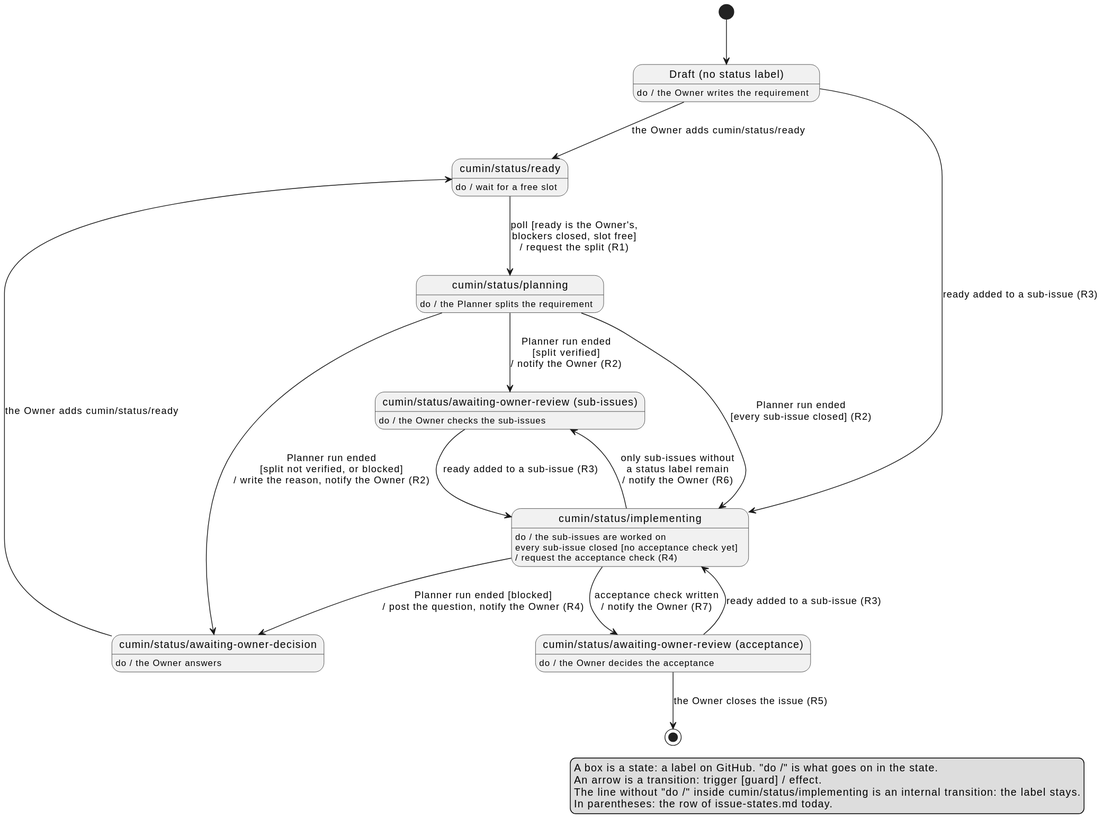
This is docs/ja/requirements/workflow/requirement-issue-states.svg from cloveclovedev/cumin-works, a PlantUML export, as it was before one commit.
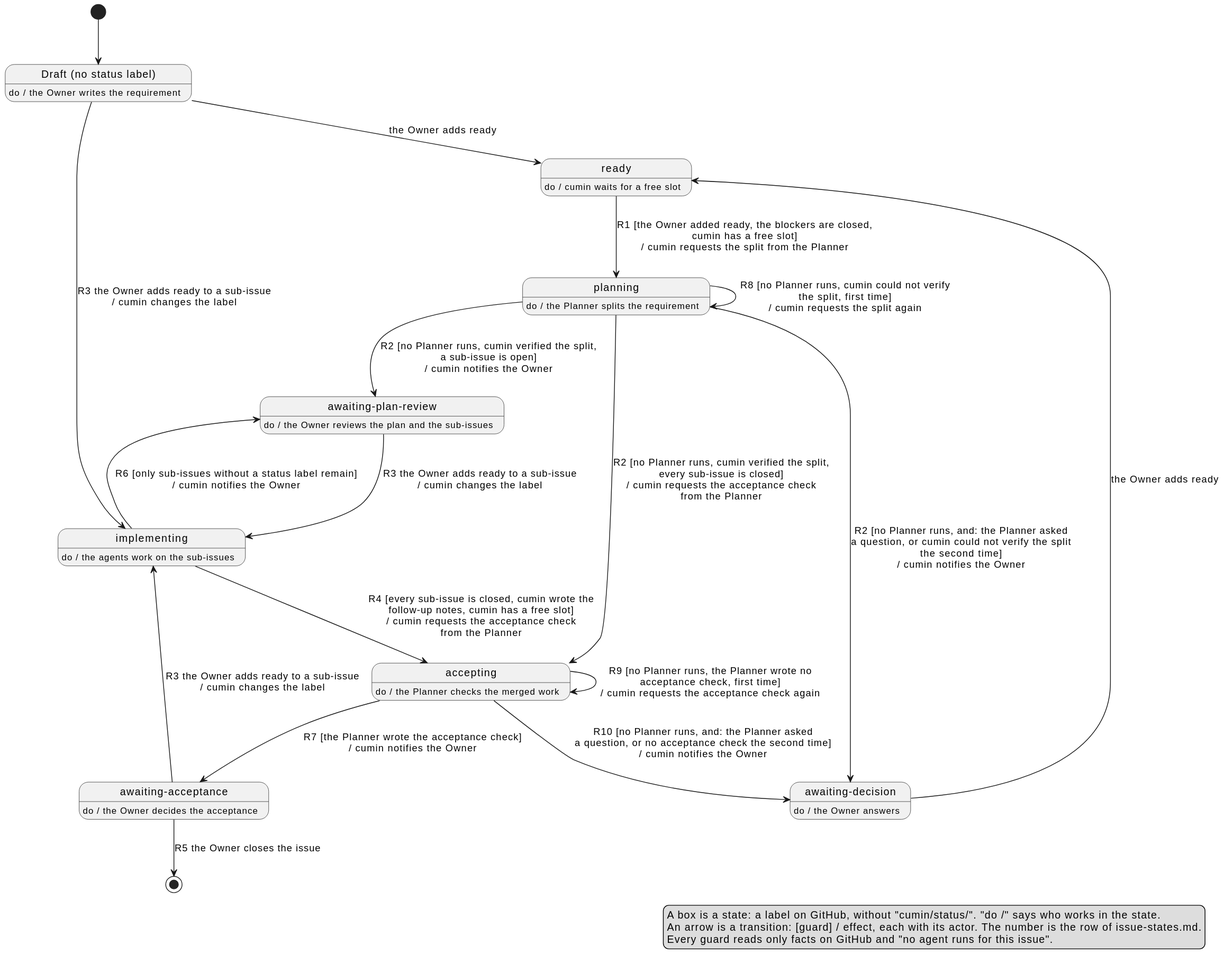
The same diagram one commit later.

Diff of the diagram source:
```diff
@@ -5,45 +5,48 @@
 state "Draft (no status label)" as Draft
 Draft : do / the Owner writes the requirement
 
-state "cumin/status/ready" as Ready
-Ready : do / wait for a free slot
+state "ready" as Ready
+Ready : do / cumin waits for a free slot
 
-state "cumin/status/planning" as Planning
+state "planning" as Planning
 Planning : do / the Planner splits the requirement
 
-state "cumin/status/awaiting-owner-review (sub-issues)" as PlanReview
-PlanReview : do / the Owner checks the sub-issues
+state "awaiting-plan-review" as PlanReview
+PlanReview : do / the Owner reviews the plan and the sub-issues
 
-state "cumin/status/implementing" as Implementing
-Implementing : do / the sub-issues are worked on
-Implementing : every sub-issue closed [no acceptance check yet]
-Implementing :   / request the acceptance check (R4)
+state "implementing" as Implementing
+Implementing : do / the agents work on the sub-issues
 
-state "cumin/status/awaiting-owner-review (acceptance)" as Acceptance
+state "accepting" as Accepting
+Accepting : do / the Planner checks the merged work
+
+state "awaiting-acceptance" as Acceptance
 Acceptance : do / the Owner decides the acceptance
 
-state "cumin/status/awaiting-owner-decision" as Decision
+state "awaiting-decision" as Decision
 Decision : do / the Owner answers
 
 [*] --> Draft
-Draft --> Ready : the Owner adds cumin/status/ready
-Draft --> Implementing : ready added to a sub-issue (R3)
-Ready --> Planning : poll [ready is the Owner's,\nblockers closed, slot free]\n/ request the split (R1)
-Planning --> PlanReview : Planner run ended\n[split verified]\n/ notify the Owner (R2)
-Planning --> Implementing : Planner run ended\n[every sub-issue closed] (R2)
-Planning --> Decision : Planner run ended\n[split not verified, or blocked]\n/ write the reason, notify the Owner (R2)
-PlanReview --> Implementing : ready added to a sub-issue (R3)
-Implementing --> Acceptance : acceptance check written\n/ notify the Owner (R7)
-Implementing --> Decision : Planner run ended [blocked]\n/ post the question, notify the Owner (R4)
-Implementing --> PlanReview : only sub-issues without\na status label remain\n/ notify the Owner (R6)
-Acceptance --> Implementing : ready added to a sub-issue (R3)
-Acceptance --> [*] : the Owner closes the issue (R5)
-Decision --> Ready : the Owner adds cumin/status/ready
+Draft --> Ready : the Owner adds ready
+Draft --> Implementing : R3 the Owner adds ready to a sub-issue\n/ cumin changes the label
+Ready --> Planning : R1 [the Owner added ready, the blockers are closed,\ncumin has a free slot]\n/ cumin requests the split from the Planner
+Planning --> PlanReview : R2 [no Planner runs, cumin verified the split,\na sub-issue is open]\n/ cumin notifies the Owner
+Planning --> Accepting : R2 [no Planner runs, cumin verified the split,\nevery sub-issue is closed]\n/ cumin requests the acceptance check\nfrom the Planner
+Planning --> Planning : R8 [no Planner runs, cumin could not verify\nthe split, first time]\n/ cumin requests the split again
+Planning --> Decision : R2 [no Planner runs, and: the Planner asked\na question, or cumin could not verify the split\nthe second time]\n/ cumin notifies the Owner
+PlanReview --> Implementing : R3 the Owner adds ready to a sub-issue\n/ cumin changes the label
+Implementing --> Accepting : R4 [every sub-issue is closed, cumin wrote the\nfollow-up notes, cumin has a free slot]\n/ cumin requests the acceptance check\nfrom the Planner
+Implementing --> PlanReview : R6 [only sub-issues without a status label remain]\n/ cumin notifies the Owner
+Accepting --> Acceptance : R7 [the Planner wrote the acceptance check]\n/ cumin notifies the Owner
+Accepting --> Accepting : R9 [no Planner runs, the Planner wrote no\nacceptance check, first time]\n/ cumin requests the acceptance check again
+Accepting --> Decision : R10 [no Planner runs, and: the Planner asked\na question, or no acceptance check the second time]\n/ cumin notifies the Owner
+Acceptance --> Implementing : R3 the Owner adds ready to a sub-issue\n/ cumin changes the label
+Acceptance --> [*] : R5 the Owner closes the issue
+Decision --> Ready : the Owner adds ready
 
 legend right
-  A box is a state: a label on GitHub. "do /" is what goes on in the state.
-  An arrow is a transition: trigger [guard] / effect.
-  The line without "do /" inside cumin/status/implementing is an internal transition: the label stays.
-  In parentheses: the row of issue-states.md today.
+  A box is a state: a label on GitHub, without "cumin/status/". "do /" says who works in the state.
+  An arrow is a transition: [guard] / effect, each with its actor. The number is the row of issue-states.md.
+  Every guard reads only facts on GitHub and "no agent runs for this issue".
 endlegend
 @enduml
```
